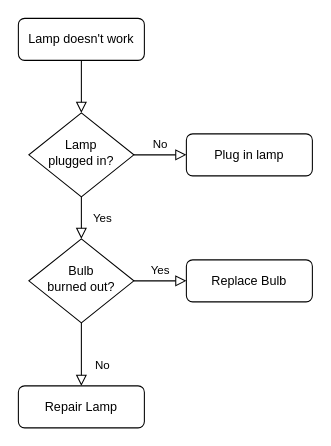
alexesca/test-abc keeps this draw.io diagram as Untitled Diagram.drawio. Above is the earlier version. Source tidied: cells renumbered, new cells numbered last; positions are measured from the earlier drawing's top-left corner, leaving out a move shared by most shapes. Both pictures are drawn from the tidied source at 105%, with x=0, y=0 at pixel (18, 18).
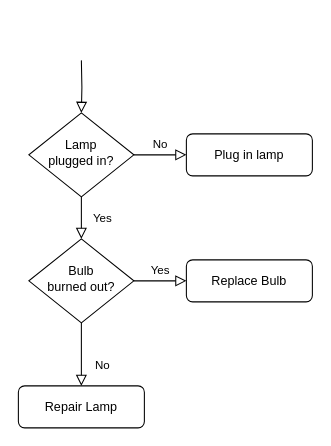
The same page after the edit.

Change to the diagram source:
```diff
@@
 <mxGraphModel>
   <root>
     <mxCell id="0" />
     <mxCell id="1" parent="0" />
-    <mxCell id="2" style="rounded=0;html=1;jettySize=auto;fontSize=11;endArrow=block;endFill=0;endSize=8;strokeWidth=1;shadow=0;labelBackgroundColor=none;edgeStyle=orthogonalEdgeStyle;" parent="1" edge="1" source="3" target="6">
-      <mxGeometry relative="1" as="geometry" />
+    <mxCell id="2" style="rounded=0;html=1;jettySize=auto;fontSize=11;endArrow=block;endFill=0;endSize=8;strokeWidth=1;shadow=0;labelBackgroundColor=none;edgeStyle=orthogonalEdgeStyle;" parent="1" edge="1" target="6">
+      <mxGeometry relative="1" as="geometry">
+        <mxPoint x="60" y="40" as="sourcePoint" />
+      </mxGeometry>
     </mxCell>
-    <mxCell id="3" value="Lamp doesn't work" style="rounded=1;whiteSpace=wrap;html=1;fontSize=12;glass=0;strokeWidth=1;shadow=0;" parent="1" vertex="1">
-      <mxGeometry width="120" height="40" as="geometry" />
-    </mxCell>
     <mxCell id="4" value="Yes" style="rounded=0;html=1;jettySize=auto;fontSize=11;endArrow=block;endFill=0;endSize=8;strokeWidth=1;shadow=0;labelBackgroundColor=none;edgeStyle=orthogonalEdgeStyle;" parent="1" edge="1" source="6" target="10">
       <mxGeometry y="20" relative="1" as="geometry" />
     </mxCell>
     <mxCell id="5" value="No" style="edgeStyle=orthogonalEdgeStyle;rounded=0;html=1;jettySize=auto;fontSize=11;endArrow=block;endFill=0;endSize=8;strokeWidth=1;shadow=0;labelBackgroundColor=none;" parent="1" edge="1" source="6" target="7">
       <mxGeometry y="10" relative="1" as="geometry" />
     </mxCell>
     <mxCell id="6" value="Lamp&lt;br&gt;plugged in?" style="rhombus;whiteSpace=wrap;html=1;shadow=0;fontFamily=Helvetica;fontSize=12;align=center;strokeWidth=1;spacing=6;spacingTop=-4;" parent="1" vertex="1">
       <mxGeometry x="10" y="90" width="100" height="80" as="geometry" />
     </mxCell>
     <mxCell id="7" value="Plug in lamp" style="rounded=1;whiteSpace=wrap;html=1;fontSize=12;glass=0;strokeWidth=1;shadow=0;" parent="1" vertex="1">
       <mxGeometry x="160" y="110" width="120" height="40" as="geometry" />
     </mxCell>
     <mxCell id="8" value="No" style="rounded=0;html=1;jettySize=auto;fontSize=11;endArrow=block;endFill=0;endSize=8;strokeWidth=1;shadow=0;labelBackgroundColor=none;edgeStyle=orthogonalEdgeStyle;" parent="1" edge="1" source="10" target="11">
       <mxGeometry x="0.33" y="20" relative="1" as="geometry" />
     </mxCell>
     <mxCell id="9" value="Yes" style="edgeStyle=orthogonalEdgeStyle;rounded=0;html=1;jettySize=auto;fontSize=11;endArrow=block;endFill=0;endSize=8;strokeWidth=1;shadow=0;labelBackgroundColor=none;" parent="1" edge="1" source="10" target="12">
       <mxGeometry y="10" relative="1" as="geometry" />
     </mxCell>
     <mxCell id="10" value="Bulb&lt;br&gt;burned out?" style="rhombus;whiteSpace=wrap;html=1;shadow=0;fontFamily=Helvetica;fontSize=12;align=center;strokeWidth=1;spacing=6;spacingTop=-4;" parent="1" vertex="1">
       <mxGeometry x="10" y="210" width="100" height="80" as="geometry" />
     </mxCell>
     <mxCell id="11" value="Repair Lamp" style="rounded=1;whiteSpace=wrap;html=1;fontSize=12;glass=0;strokeWidth=1;shadow=0;" parent="1" vertex="1">
       <mxGeometry y="350" width="120" height="40" as="geometry" />
     </mxCell>
     <mxCell id="12" value="Replace Bulb" style="rounded=1;whiteSpace=wrap;html=1;fontSize=12;glass=0;strokeWidth=1;shadow=0;" parent="1" vertex="1">
       <mxGeometry x="160" y="230" width="120" height="40" as="geometry" />
     </mxCell>
   </root>
 </mxGraphModel>
```
